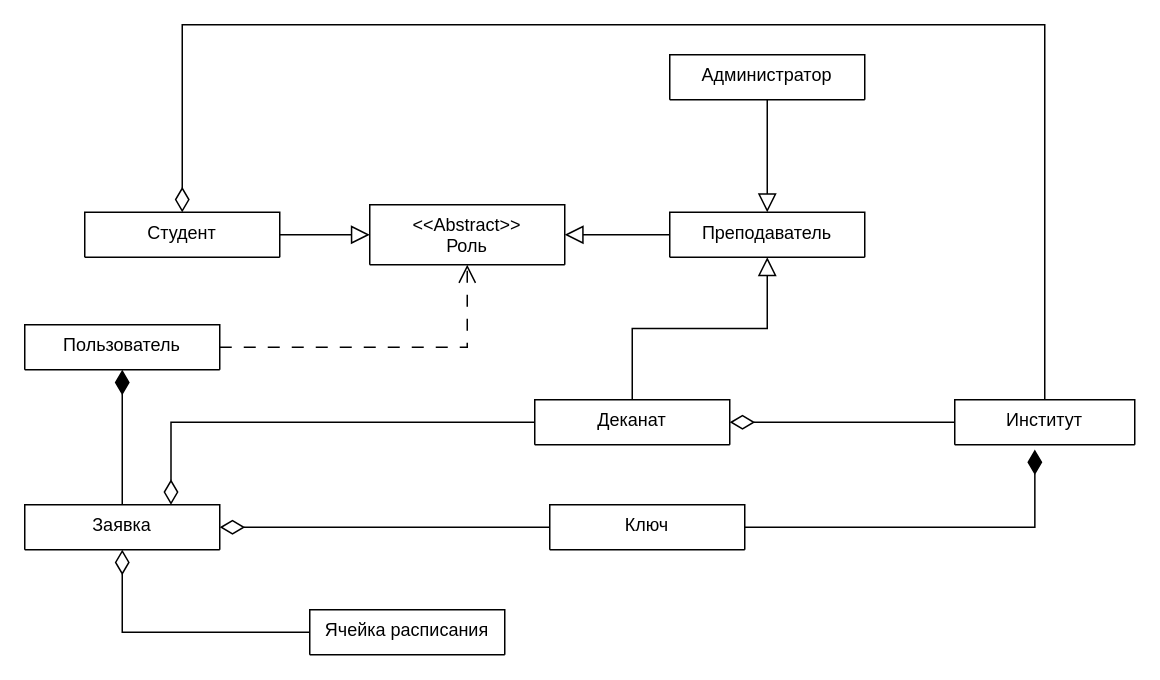
Earlier version of the draw.io diagram ClassDiagram.drawio (brunohits/Key-monitoring). Source tidied: cells renumbered, new cells numbered last; positions are measured from the earlier drawing's top-left corner, leaving out a move shared by most shapes. Both pictures are drawn from the tidied source at 150%, with x=0, y=0 at pixel (24, 24).
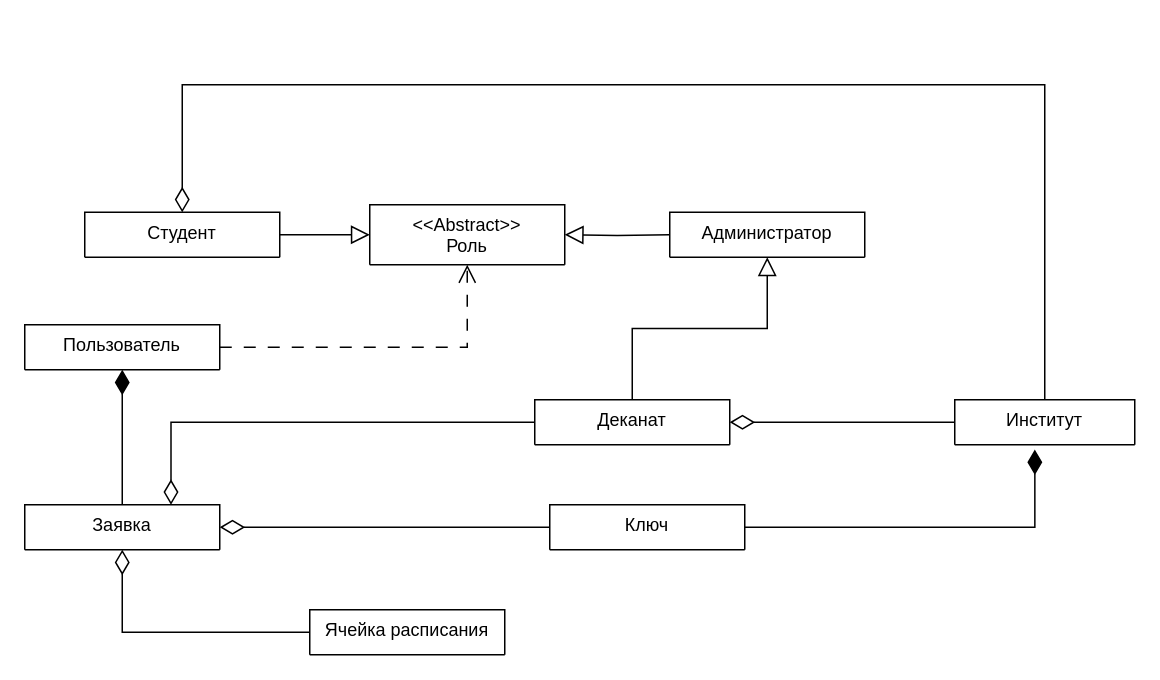
The same page after the edit.

Commit message:
Исправлена диаграмма классов

Убран класс "Преподаватель"

Unchanged cells that the change refers to:
```xml
<mxCell id="4" value="&lt;&lt;Abstract&gt;&gt;&#10;Роль" style="swimlane;fontStyle=0;align=center;verticalAlign=top;horizontal=1;startSize=60;rounded=0;shadow=0;strokeWidth=1;" parent="1" vertex="1" collapsed="1">
  <mxGeometry x="230" y="120" width="130" height="40" as="geometry" />
</mxCell>
<mxCell id="6" value="Студент" style="swimlane;fontStyle=0;align=center;verticalAlign=top;horizontal=1;startSize=60;rounded=0;shadow=0;strokeWidth=1;" parent="1" vertex="1" collapsed="1">
  <mxGeometry x="40" y="125" width="130" height="30" as="geometry" />
</mxCell>
<mxCell id="14" value="Деканат" style="swimlane;fontStyle=0;align=center;verticalAlign=top;horizontal=1;startSize=60;rounded=0;shadow=0;strokeWidth=1;" parent="1" vertex="1" collapsed="1">
  <mxGeometry x="340" y="250" width="130" height="30" as="geometry" />
</mxCell>
<mxCell id="17" value="Институт" style="swimlane;fontStyle=0;align=center;verticalAlign=top;horizontal=1;startSize=60;rounded=0;shadow=0;strokeWidth=1;" parent="1" vertex="1" collapsed="1">
  <mxGeometry x="620" y="250" width="120" height="30" as="geometry" />
</mxCell>
```

Change to the diagram source:
```diff
@@
-    <mxCell id="2" style="edgeStyle=orthogonalEdgeStyle;rounded=0;jettySize=auto;html=1;entryX=0.5;entryY=0;entryDx=0;entryDy=0;endArrow=block;endFill=0;endSize=10;" parent="1" edge="1" source="3" target="8">
-      <mxGeometry relative="1" as="geometry" />
-    </mxCell>
     <mxCell id="3" value="Администратор" style="swimlane;fontStyle=0;align=center;verticalAlign=top;horizontal=1;startSize=30;rounded=0;shadow=0;strokeWidth=1;" parent="1" vertex="1" collapsed="1">
-      <mxGeometry x="430" y="20" width="130" height="30" as="geometry" />
+      <mxGeometry x="430" y="125" width="130" height="30" as="geometry" />
     </mxCell>
@@
-    <mxCell id="7" style="edgeStyle=orthogonalEdgeStyle;rounded=0;jettySize=auto;html=1;endArrow=block;endFill=0;endSize=10;" parent="1" edge="1" source="8" target="4">
-      <mxGeometry relative="1" as="geometry" />
+    <mxCell id="7" style="edgeStyle=orthogonalEdgeStyle;rounded=0;jettySize=auto;html=1;endArrow=block;endFill=0;endSize=10;" parent="1" edge="1" target="4">
+      <mxGeometry relative="1" as="geometry">
+        <mxPoint x="430" y="140" as="sourcePoint" />
+      </mxGeometry>
     </mxCell>
-    <mxCell id="8" value="Преподаватель" style="swimlane;fontStyle=0;align=center;verticalAlign=top;horizontal=1;startSize=60;rounded=0;shadow=0;strokeWidth=1;" parent="1" vertex="1" collapsed="1">
-      <mxGeometry x="430" y="125" width="130" height="30" as="geometry" />
-    </mxCell>
@@
-    <mxCell id="12" style="edgeStyle=orthogonalEdgeStyle;rounded=0;jettySize=auto;html=1;entryX=0.5;entryY=1;entryDx=0;entryDy=0;endArrow=block;endFill=0;endSize=10;" parent="1" edge="1" source="14" target="8">
+    <mxCell id="12" style="edgeStyle=orthogonalEdgeStyle;rounded=0;jettySize=auto;html=1;entryX=0.5;entryY=1;entryDx=0;entryDy=0;endArrow=block;endFill=0;endSize=10;exitX=0.5;exitY=0;exitDx=0;exitDy=0;" parent="1" edge="1" source="14" target="3">
       <mxGeometry relative="1" as="geometry" />
     </mxCell>
@@
     <mxCell id="16" style="edgeStyle=orthogonalEdgeStyle;rounded=0;jettySize=auto;html=1;entryX=0.5;entryY=0;entryDx=0;entryDy=0;endArrow=diamondThin;endFill=0;endSize=14;exitX=0.5;exitY=0;exitDx=0;exitDy=0;" parent="1" edge="1" source="17" target="6">
       <mxGeometry relative="1" as="geometry">
         <Array as="points">
-          <mxPoint x="680" y="230" />
-          <mxPoint x="680" />
-          <mxPoint x="105" />
+          <mxPoint x="680" y="40" />
+          <mxPoint x="105" y="40" />
         </Array>
       </mxGeometry>
     </mxCell>
```
